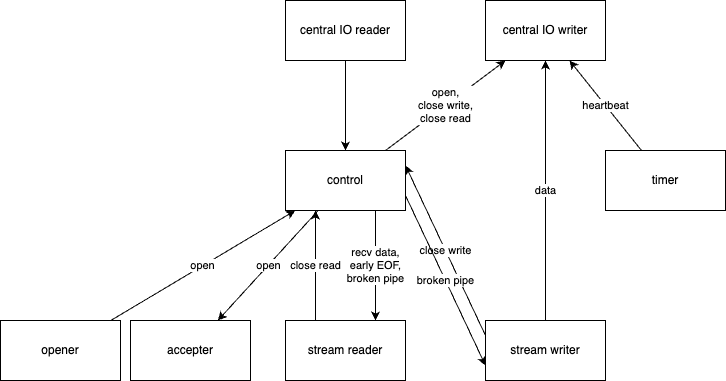
The draw.io diagram docs/arch.drawio.png in Banyc/mux, before a commit. Source tidied: cells renumbered, new cells last; positions are measured from the earlier drawing's top-left corner, leaving out a move shared by most shapes. Source of this version:
```xml
<mxGraphModel>
  <root>
    <mxCell id="0" />
    <mxCell id="1" parent="0" />
    <mxCell id="2" style="edgeStyle=none;html=1;" parent="1" edge="1" source="3" target="14">
      <mxGeometry relative="1" as="geometry" />
    </mxCell>
    <mxCell id="3" value="central IO reader" style="rounded=0;whiteSpace=wrap;html=1;" parent="1" vertex="1">
      <mxGeometry x="285" width="120" height="60" as="geometry" />
    </mxCell>
    <mxCell id="4" value="central IO writer" style="rounded=0;whiteSpace=wrap;html=1;" parent="1" vertex="1">
      <mxGeometry x="485" width="120" height="60" as="geometry" />
    </mxCell>
    <mxCell id="5" value="close read" style="edgeStyle=none;html=1;exitX=0.25;exitY=0;exitDx=0;exitDy=0;entryX=0.25;entryY=1;entryDx=0;entryDy=0;" parent="1" edge="1" source="6" target="14">
      <mxGeometry relative="1" as="geometry" />
    </mxCell>
    <mxCell id="6" value="stream reader" style="rounded=0;whiteSpace=wrap;html=1;" parent="1" vertex="1">
      <mxGeometry x="285" y="320" width="120" height="60" as="geometry" />
    </mxCell>
    <mxCell id="7" value="data" style="edgeStyle=none;html=1;" parent="1" edge="1" source="9" target="4">
      <mxGeometry relative="1" as="geometry" />
    </mxCell>
    <mxCell id="8" value="close write" style="edgeStyle=none;html=1;entryX=1;entryY=0.25;entryDx=0;entryDy=0;exitX=0;exitY=0.25;exitDx=0;exitDy=0;" parent="1" edge="1" source="9" target="14">
      <mxGeometry relative="1" as="geometry" />
    </mxCell>
    <mxCell id="9" value="stream writer" style="rounded=0;whiteSpace=wrap;html=1;" parent="1" vertex="1">
      <mxGeometry x="485" y="320" width="120" height="60" as="geometry" />
    </mxCell>
    <mxCell id="10" value="broken pipe" style="edgeStyle=none;html=1;exitX=1;exitY=0.75;exitDx=0;exitDy=0;entryX=0;entryY=0.75;entryDx=0;entryDy=0;" parent="1" edge="1" source="14" target="9">
      <mxGeometry relative="1" as="geometry" />
    </mxCell>
    <mxCell id="11" value="recv data,&lt;br&gt;early EOF,&lt;br&gt;broken pipe" style="edgeStyle=none;html=1;exitX=0.75;exitY=1;exitDx=0;exitDy=0;entryX=0.75;entryY=0;entryDx=0;entryDy=0;" parent="1" edge="1" source="14" target="6">
      <mxGeometry relative="1" as="geometry" />
    </mxCell>
    <mxCell id="12" value="open" style="edgeStyle=none;html=1;" parent="1" edge="1" source="14" target="17">
      <mxGeometry relative="1" as="geometry" />
    </mxCell>
    <mxCell id="13" value="open,&lt;br&gt;close write,&lt;br&gt;close read" style="edgeStyle=none;html=1;" parent="1" edge="1" source="14" target="4">
      <mxGeometry relative="1" as="geometry" />
    </mxCell>
    <mxCell id="14" value="control" style="rounded=0;whiteSpace=wrap;html=1;" parent="1" vertex="1">
      <mxGeometry x="285" y="150" width="120" height="60" as="geometry" />
    </mxCell>
    <mxCell id="15" value="heartbeat" style="edgeStyle=none;html=1;" parent="1" edge="1" source="16" target="4">
      <mxGeometry relative="1" as="geometry" />
    </mxCell>
    <mxCell id="16" value="timer" style="rounded=0;whiteSpace=wrap;html=1;" parent="1" vertex="1">
      <mxGeometry x="605" y="150" width="120" height="60" as="geometry" />
    </mxCell>
    <mxCell id="17" value="accepter" style="rounded=0;whiteSpace=wrap;html=1;" parent="1" vertex="1">
      <mxGeometry x="130" y="320" width="120" height="60" as="geometry" />
    </mxCell>
    <mxCell id="18" value="open" style="edgeStyle=none;html=1;" parent="1" edge="1" source="19" target="14">
      <mxGeometry relative="1" as="geometry" />
    </mxCell>
    <mxCell id="19" value="opener" style="rounded=0;whiteSpace=wrap;html=1;" parent="1" vertex="1">
      <mxGeometry y="320" width="120" height="60" as="geometry" />
    </mxCell>
  </root>
</mxGraphModel>
```
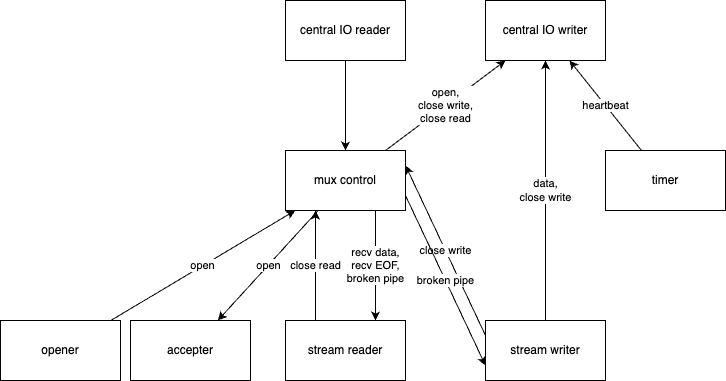
Above is the later version.

Commit message:
fix: desynced stream close

Change to the diagram source:
```diff
@@ -17,7 +17,7 @@
     <mxCell id="6" value="stream reader" style="rounded=0;whiteSpace=wrap;html=1;" parent="1" vertex="1">
       <mxGeometry x="285" y="320" width="120" height="60" as="geometry" />
     </mxCell>
-    <mxCell id="7" value="data" style="edgeStyle=none;html=1;" parent="1" edge="1" source="9" target="4">
+    <mxCell id="7" value="data,&lt;br&gt;close write" style="edgeStyle=none;html=1;" parent="1" edge="1" source="9" target="4">
       <mxGeometry relative="1" as="geometry" />
     </mxCell>
     <mxCell id="8" value="close write" style="edgeStyle=none;html=1;entryX=1;entryY=0.25;entryDx=0;entryDy=0;exitX=0;exitY=0.25;exitDx=0;exitDy=0;" parent="1" edge="1" source="9" target="14">
@@ -29,7 +29,7 @@
     <mxCell id="10" value="broken pipe" style="edgeStyle=none;html=1;exitX=1;exitY=0.75;exitDx=0;exitDy=0;entryX=0;entryY=0.75;entryDx=0;entryDy=0;" parent="1" edge="1" source="14" target="9">
       <mxGeometry relative="1" as="geometry" />
     </mxCell>
-    <mxCell id="11" value="recv data,&lt;br&gt;early EOF,&lt;br&gt;broken pipe" style="edgeStyle=none;html=1;exitX=0.75;exitY=1;exitDx=0;exitDy=0;entryX=0.75;entryY=0;entryDx=0;entryDy=0;" parent="1" edge="1" source="14" target="6">
+    <mxCell id="11" value="recv data,&lt;br&gt;recv EOF,&lt;br&gt;broken pipe" style="edgeStyle=none;html=1;exitX=0.75;exitY=1;exitDx=0;exitDy=0;entryX=0.75;entryY=0;entryDx=0;entryDy=0;" parent="1" edge="1" source="14" target="6">
       <mxGeometry relative="1" as="geometry" />
     </mxCell>
     <mxCell id="12" value="open" style="edgeStyle=none;html=1;" parent="1" edge="1" source="14" target="17">
@@ -38,7 +38,7 @@
     <mxCell id="13" value="open,&lt;br&gt;close write,&lt;br&gt;close read" style="edgeStyle=none;html=1;" parent="1" edge="1" source="14" target="4">
       <mxGeometry relative="1" as="geometry" />
     </mxCell>
-    <mxCell id="14" value="control" style="rounded=0;whiteSpace=wrap;html=1;" parent="1" vertex="1">
+    <mxCell id="14" value="mux control" style="rounded=0;whiteSpace=wrap;html=1;" parent="1" vertex="1">
       <mxGeometry x="285" y="150" width="120" height="60" as="geometry" />
     </mxCell>
     <mxCell id="15" value="heartbeat" style="edgeStyle=none;html=1;" parent="1" edge="1" source="16" target="4">
```
